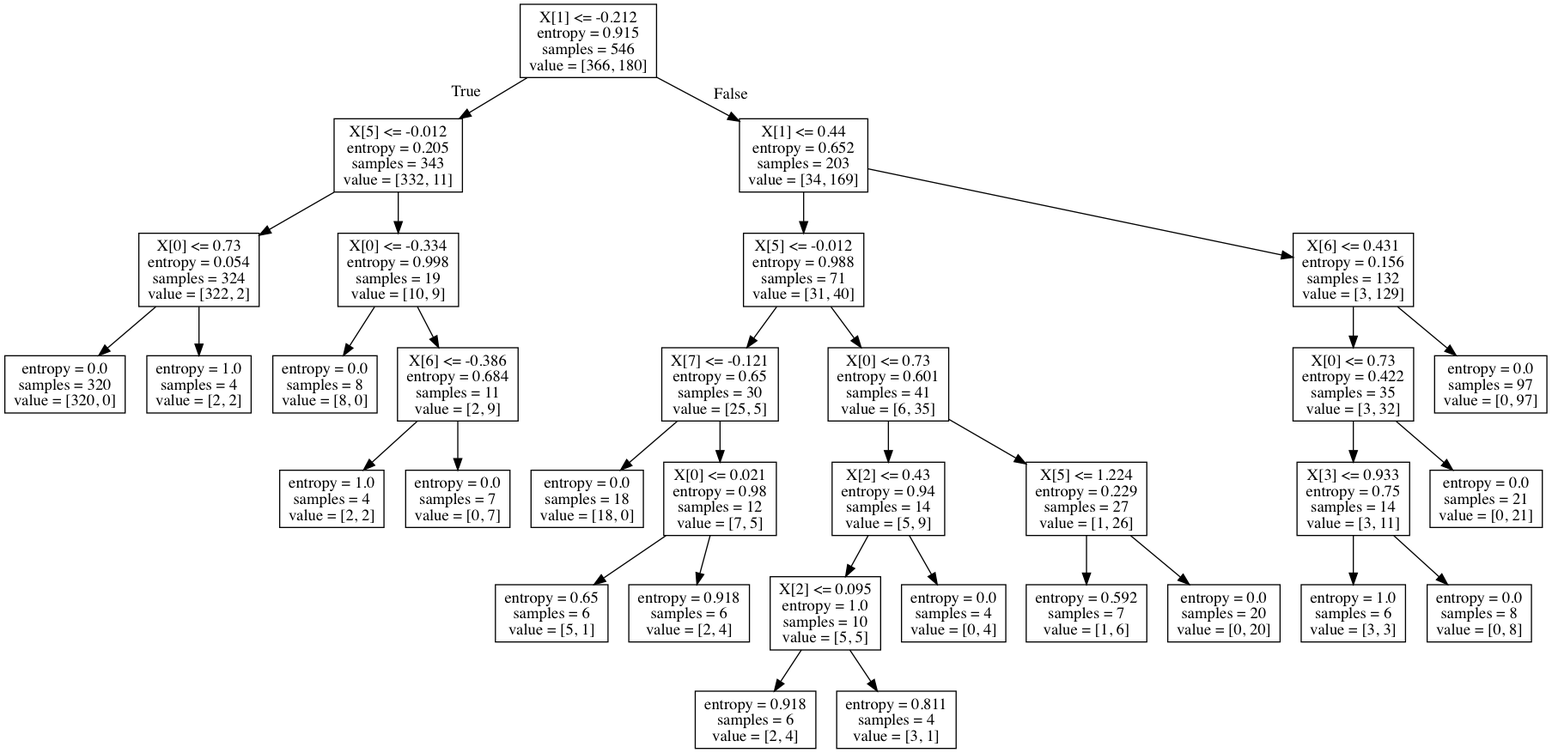
Earlier version of the Graphviz export SupervisedLearning/tree.png (SujeethJinesh/CS4641). Its source is kept beside it as SupervisedLearning/tree.dot.
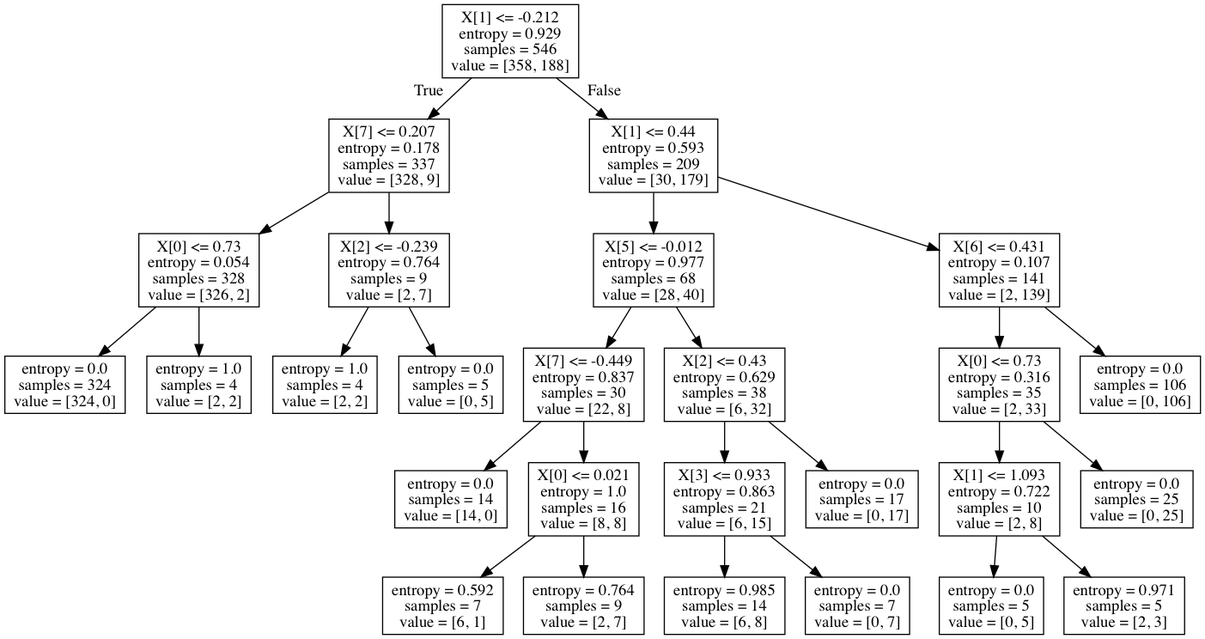
After the commit.

Change to the diagram source:
```diff
@@ -1,68 +1,56 @@
 digraph Tree {
 node [shape=box] ;
-0 [label="X[1] <= -0.212\nentropy = 0.915\nsamples = 546\nvalue = [366, 180]"] ;
-1 [label="X[5] <= -0.012\nentropy = 0.205\nsamples = 343\nvalue = [332, 11]"] ;
+0 [label="X[1] <= -0.212\nentropy = 0.929\nsamples = 546\nvalue = [358, 188]"] ;
+1 [label="X[7] <= 0.207\nentropy = 0.178\nsamples = 337\nvalue = [328, 9]"] ;
 0 -> 1 [labeldistance=2.5, labelangle=45, headlabel="True"] ;
-2 [label="X[0] <= 0.73\nentropy = 0.054\nsamples = 324\nvalue = [322, 2]"] ;
+2 [label="X[0] <= 0.73\nentropy = 0.054\nsamples = 328\nvalue = [326, 2]"] ;
 1 -> 2 ;
-3 [label="entropy = 0.0\nsamples = 320\nvalue = [320, 0]"] ;
+3 [label="entropy = 0.0\nsamples = 324\nvalue = [324, 0]"] ;
 2 -> 3 ;
 4 [label="entropy = 1.0\nsamples = 4\nvalue = [2, 2]"] ;
 2 -> 4 ;
-5 [label="X[0] <= -0.334\nentropy = 0.998\nsamples = 19\nvalue = [10, 9]"] ;
+5 [label="X[2] <= -0.239\nentropy = 0.764\nsamples = 9\nvalue = [2, 7]"] ;
 1 -> 5 ;
-6 [label="entropy = 0.0\nsamples = 8\nvalue = [8, 0]"] ;
+6 [label="entropy = 1.0\nsamples = 4\nvalue = [2, 2]"] ;
 5 -> 6 ;
-7 [label="X[6] <= -0.386\nentropy = 0.684\nsamples = 11\nvalue = [2, 9]"] ;
+7 [label="entropy = 0.0\nsamples = 5\nvalue = [0, 5]"] ;
 5 -> 7 ;
-8 [label="entropy = 1.0\nsamples = 4\nvalue = [2, 2]"] ;
-7 -> 8 ;
-9 [label="entropy = 0.0\nsamples = 7\nvalue = [0, 7]"] ;
-7 -> 9 ;
-10 [label="X[1] <= 0.44\nentropy = 0.652\nsamples = 203\nvalue = [34, 169]"] ;
-0 -> 10 [labeldistance=2.5, labelangle=-45, headlabel="False"] ;
-11 [label="X[5] <= -0.012\nentropy = 0.988\nsamples = 71\nvalue = [31, 40]"] ;
+8 [label="X[1] <= 0.44\nentropy = 0.593\nsamples = 209\nvalue = [30, 179]"] ;
+0 -> 8 [labeldistance=2.5, labelangle=-45, headlabel="False"] ;
+9 [label="X[5] <= -0.012\nentropy = 0.977\nsamples = 68\nvalue = [28, 40]"] ;
+8 -> 9 ;
+10 [label="X[7] <= -0.449\nentropy = 0.837\nsamples = 30\nvalue = [22, 8]"] ;
+9 -> 10 ;
+11 [label="entropy = 0.0\nsamples = 14\nvalue = [14, 0]"] ;
 10 -> 11 ;
-12 [label="X[7] <= -0.121\nentropy = 0.65\nsamples = 30\nvalue = [25, 5]"] ;
-11 -> 12 ;
-13 [label="entropy = 0.0\nsamples = 18\nvalue = [18, 0]"] ;
+12 [label="X[0] <= 0.021\nentropy = 1.0\nsamples = 16\nvalue = [8, 8]"] ;
+10 -> 12 ;
+13 [label="entropy = 0.592\nsamples = 7\nvalue = [6, 1]"] ;
 12 -> 13 ;
-14 [label="X[0] <= 0.021\nentropy = 0.98\nsamples = 12\nvalue = [7, 5]"] ;
+14 [label="entropy = 0.764\nsamples = 9\nvalue = [2, 7]"] ;
 12 -> 14 ;
-15 [label="entropy = 0.65\nsamples = 6\nvalue = [5, 1]"] ;
-14 -> 15 ;
-16 [label="entropy = 0.918\nsamples = 6\nvalue = [2, 4]"] ;
-14 -> 16 ;
-17 [label="X[0] <= 0.73\nentropy = 0.601\nsamples = 41\nvalue = [6, 35]"] ;
-11 -> 17 ;
-18 [label="X[2] <= 0.43\nentropy = 0.94\nsamples = 14\nvalue = [5, 9]"] ;
-17 -> 18 ;
-19 [label="X[2] <= 0.095\nentropy = 1.0\nsamples = 10\nvalue = [5, 5]"] ;
-18 -> 19 ;
-20 [label="entropy = 0.918\nsamples = 6\nvalue = [2, 4]"] ;
-19 -> 20 ;
-21 [label="entropy = 0.811\nsamples = 4\nvalue = [3, 1]"] ;
-19 -> 21 ;
-22 [label="entropy = 0.0\nsamples = 4\nvalue = [0, 4]"] ;
-18 -> 22 ;
-23 [label="X[5] <= 1.224\nentropy = 0.229\nsamples = 27\nvalue = [1, 26]"] ;
-17 -> 23 ;
-24 [label="entropy = 0.592\nsamples = 7\nvalue = [1, 6]"] ;
-23 -> 24 ;
-25 [label="entropy = 0.0\nsamples = 20\nvalue = [0, 20]"] ;
-23 -> 25 ;
-26 [label="X[6] <= 0.431\nentropy = 0.156\nsamples = 132\nvalue = [3, 129]"] ;
-10 -> 26 ;
-27 [label="X[0] <= 0.73\nentropy = 0.422\nsamples = 35\nvalue = [3, 32]"] ;
-26 -> 27 ;
-28 [label="X[3] <= 0.933\nentropy = 0.75\nsamples = 14\nvalue = [3, 11]"] ;
-27 -> 28 ;
-29 [label="entropy = 1.0\nsamples = 6\nvalue = [3, 3]"] ;
-28 -> 29 ;
-30 [label="entropy = 0.0\nsamples = 8\nvalue = [0, 8]"] ;
-28 -> 30 ;
-31 [label="entropy = 0.0\nsamples = 21\nvalue = [0, 21]"] ;
-27 -> 31 ;
-32 [label="entropy = 0.0\nsamples = 97\nvalue = [0, 97]"] ;
-26 -> 32 ;
+15 [label="X[2] <= 0.43\nentropy = 0.629\nsamples = 38\nvalue = [6, 32]"] ;
+9 -> 15 ;
+16 [label="X[3] <= 0.933\nentropy = 0.863\nsamples = 21\nvalue = [6, 15]"] ;
+15 -> 16 ;
+17 [label="entropy = 0.985\nsamples = 14\nvalue = [6, 8]"] ;
+16 -> 17 ;
+18 [label="entropy = 0.0\nsamples = 7\nvalue = [0, 7]"] ;
+16 -> 18 ;
+19 [label="entropy = 0.0\nsamples = 17\nvalue = [0, 17]"] ;
+15 -> 19 ;
+20 [label="X[6] <= 0.431\nentropy = 0.107\nsamples = 141\nvalue = [2, 139]"] ;
+8 -> 20 ;
+21 [label="X[0] <= 0.73\nentropy = 0.316\nsamples = 35\nvalue = [2, 33]"] ;
+20 -> 21 ;
+22 [label="X[1] <= 1.093\nentropy = 0.722\nsamples = 10\nvalue = [2, 8]"] ;
+21 -> 22 ;
+23 [label="entropy = 0.0\nsamples = 5\nvalue = [0, 5]"] ;
+22 -> 23 ;
+24 [label="entropy = 0.971\nsamples = 5\nvalue = [2, 3]"] ;
+22 -> 24 ;
+25 [label="entropy = 0.0\nsamples = 25\nvalue = [0, 25]"] ;
+21 -> 25 ;
+26 [label="entropy = 0.0\nsamples = 106\nvalue = [0, 106]"] ;
+20 -> 26 ;
 }
```
